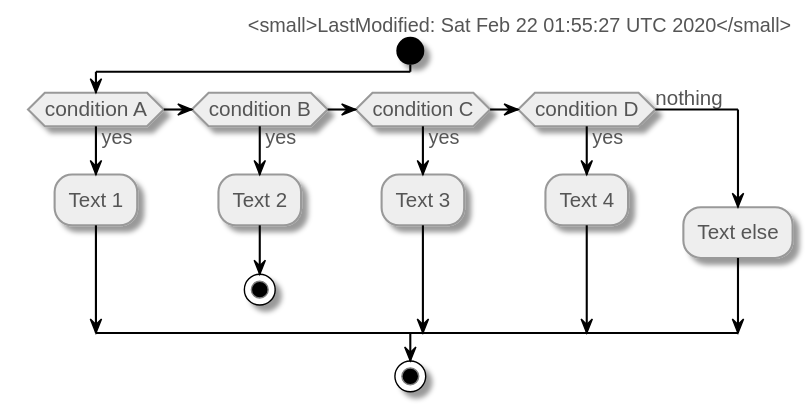
mawatari/example-project-uml keeps this PlantUML diagram as activity-diagram.svg. Above is the earlier version.
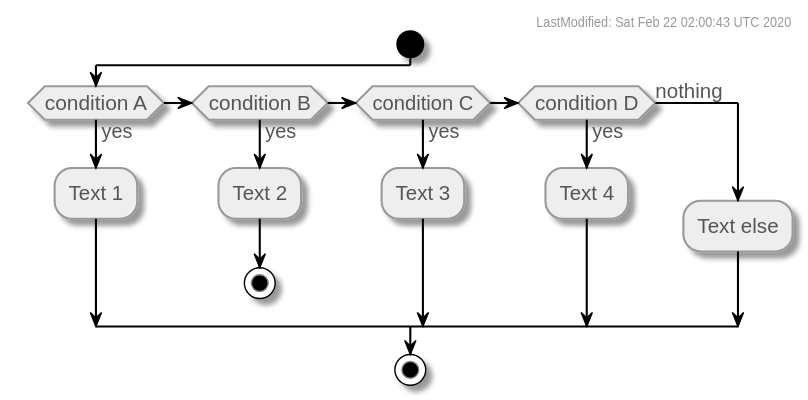
Later version of the same file.

Commit message:
Automatically generated PlantUML images.

What changed in the source:
```diff
@@ -26,7 +26,7 @@
   DiamondBackgroundColor #eeeeee
   DiamondBorderColor #999999
 }
-right header <small>LastModified: Sat Feb 22 01:55:27 UTC 2020</small>
+right header <size:10><color:#999999> LastModified: Sat Feb 22 02:00:43 UTC 2020
 
 start
 if (condition A) then (yes)
```
